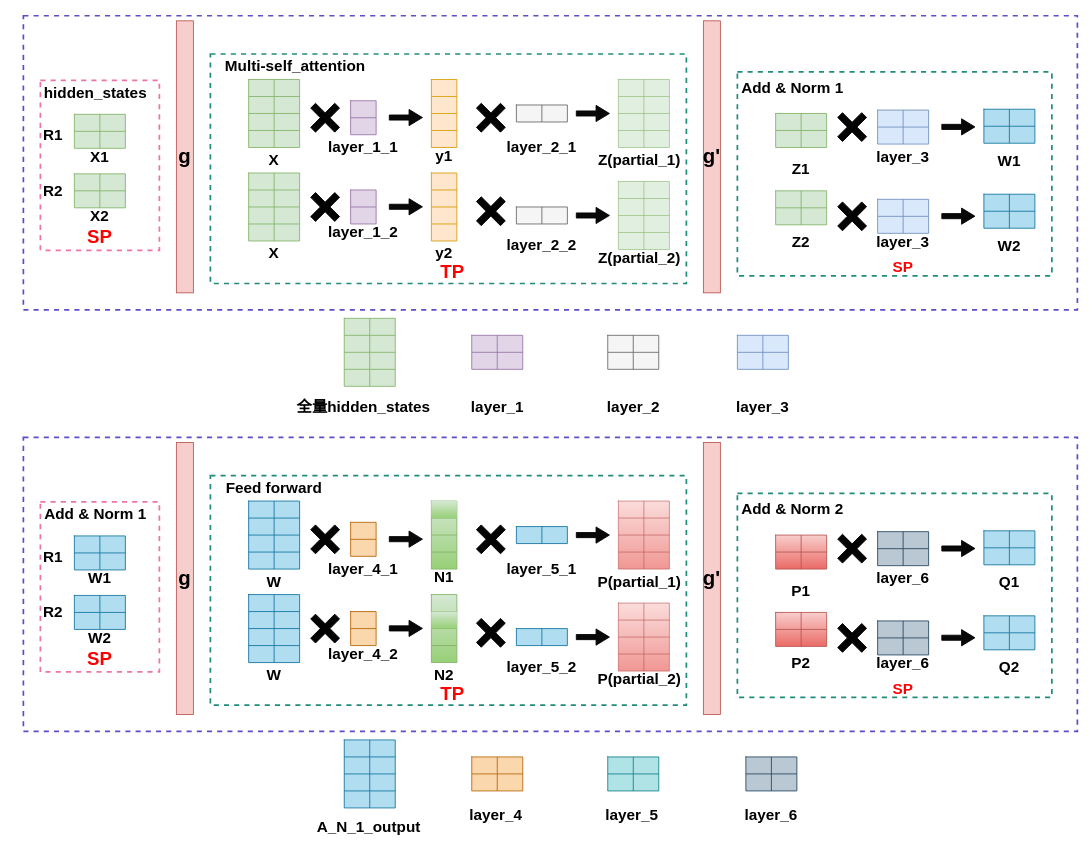
This is drawio_images/SP.drawio from zty-king/zty-king, a draw.io file, before an edit. Source tidied: cells renumbered, new cells numbered last; positions are measured from the earlier drawing's top-left corner, leaving out a move shared by most shapes. Both pictures are drawn from the tidied source at 85%, with x=0, y=0 at pixel (14, 15).
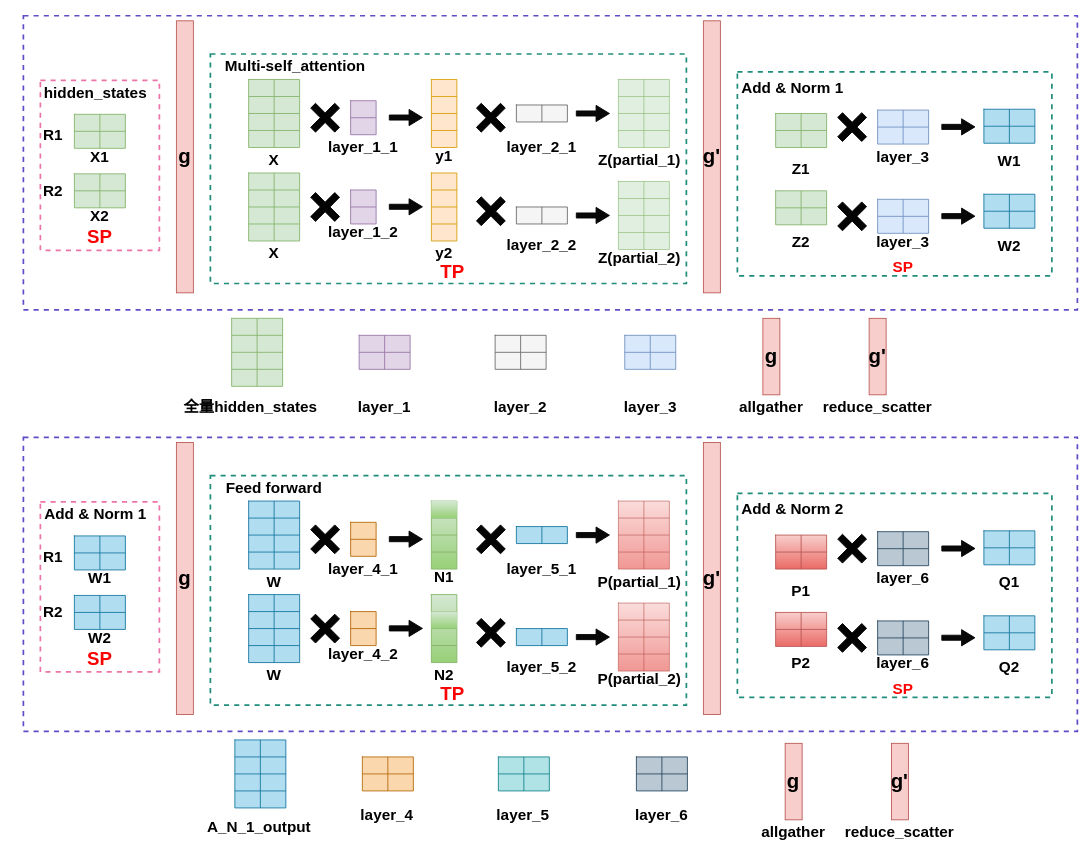
The same page after the edit.

What changed in the source:
```diff
@@
     <mxCell id="15" style="shape=table;startSize=0;childLayout=tableLayout;fontSize=16;fillColor=#d5e8d4;strokeColor=#82b366;" parent="1" vertex="1">
-      <mxGeometry x="387.5" y="356" width="60" height="80" as="geometry" />
+      <mxGeometry x="255" y="356" width="60" height="80" as="geometry" />
     </mxCell>
@@
     <mxCell id="28" value="&lt;span style=&quot;font-size: 18px;&quot;&gt;全量hidden_states&lt;/span&gt;" style="text;html=1;whiteSpace=wrap;strokeColor=none;fillColor=none;align=center;verticalAlign=middle;rounded=0;fontStyle=1;" parent="1" vertex="1">
-      <mxGeometry x="322.5" y="446" width="175" height="30" as="geometry" />
+      <mxGeometry x="190" y="446" width="175" height="30" as="geometry" />
     </mxCell>
@@
     <mxCell id="105" style="shape=table;startSize=0;childLayout=tableLayout;fontSize=16;fillColor=#e1d5e7;strokeColor=#9673a6;" parent="1" vertex="1">
-      <mxGeometry x="537.5" y="376" width="60" height="40" as="geometry" />
+      <mxGeometry x="405" y="376" width="60" height="40" as="geometry" />
     </mxCell>
@@
     <mxCell id="112" value="&lt;span style=&quot;font-size: 18px;&quot;&gt;layer_1&lt;/span&gt;" style="text;html=1;whiteSpace=wrap;strokeColor=none;fillColor=none;align=center;verticalAlign=middle;rounded=0;fontStyle=1;" parent="1" vertex="1">
-      <mxGeometry x="522.5" y="446" width="90" height="30" as="geometry" />
+      <mxGeometry x="390" y="446" width="90" height="30" as="geometry" />
     </mxCell>
@@
     <mxCell id="157" style="shape=table;startSize=0;childLayout=tableLayout;fontSize=16;fillColor=#f5f5f5;strokeColor=#666666;fontColor=#333333;" parent="1" vertex="1">
-      <mxGeometry x="697.5" y="376" width="60" height="40" as="geometry" />
+      <mxGeometry x="565" y="376" width="60" height="40" as="geometry" />
     </mxCell>
@@
     <mxCell id="164" value="&lt;span style=&quot;font-size: 18px;&quot;&gt;layer_2&lt;/span&gt;" style="text;html=1;whiteSpace=wrap;strokeColor=none;fillColor=none;align=center;verticalAlign=middle;rounded=0;fontStyle=1;" parent="1" vertex="1">
-      <mxGeometry x="682.5" y="446" width="90" height="30" as="geometry" />
+      <mxGeometry x="550" y="446" width="90" height="30" as="geometry" />
     </mxCell>
@@
     <mxCell id="212" style="shape=table;startSize=0;childLayout=tableLayout;fontSize=16;fillColor=#dae8fc;strokeColor=#6c8ebf;" parent="1" vertex="1">
-      <mxGeometry x="850" y="376" width="60" height="40" as="geometry" />
+      <mxGeometry x="717.5" y="376" width="60" height="40" as="geometry" />
     </mxCell>
@@
     <mxCell id="219" value="&lt;span style=&quot;font-size: 18px;&quot;&gt;layer_3&lt;/span&gt;" style="text;html=1;whiteSpace=wrap;strokeColor=none;fillColor=none;align=center;verticalAlign=middle;rounded=0;fontStyle=1;" parent="1" vertex="1">
-      <mxGeometry x="835" y="446" width="90" height="30" as="geometry" />
+      <mxGeometry x="702.5" y="446" width="90" height="30" as="geometry" />
     </mxCell>
@@
     <mxCell id="241" style="shape=table;startSize=0;childLayout=tableLayout;fontSize=16;fillColor=#b1ddf0;strokeColor=#10739e;" parent="1" vertex="1">
-      <mxGeometry x="387.5" y="852" width="60" height="80" as="geometry" />
+      <mxGeometry x="258.8" y="852" width="60" height="80" as="geometry" />
     </mxCell>
@@
     <mxCell id="254" value="&lt;span style=&quot;font-size: 18px;&quot;&gt;A_N_1_output&lt;/span&gt;" style="text;html=1;whiteSpace=wrap;strokeColor=none;fillColor=none;align=center;verticalAlign=middle;rounded=0;fontStyle=1;" parent="1" vertex="1">
-      <mxGeometry x="358.8" y="940" width="115" height="30" as="geometry" />
+      <mxGeometry x="230" y="940" width="115" height="30" as="geometry" />
     </mxCell>
@@
     <mxCell id="331" style="shape=table;startSize=0;childLayout=tableLayout;fontSize=16;fillColor=#fad7ac;strokeColor=#b46504;" parent="1" vertex="1">
-      <mxGeometry x="537.5" y="872" width="60" height="40" as="geometry" />
+      <mxGeometry x="408.8" y="872" width="60" height="40" as="geometry" />
     </mxCell>
@@
     <mxCell id="338" value="&lt;span style=&quot;font-size: 18px;&quot;&gt;layer_4&lt;/span&gt;" style="text;html=1;whiteSpace=wrap;strokeColor=none;fillColor=none;align=center;verticalAlign=middle;rounded=0;fontStyle=1;" parent="1" vertex="1">
-      <mxGeometry x="521.2" y="926" width="90" height="30" as="geometry" />
+      <mxGeometry x="392.5" y="926" width="90" height="30" as="geometry" />
     </mxCell>
@@
     <mxCell id="383" style="shape=table;startSize=0;childLayout=tableLayout;fontSize=16;fillColor=#b0e3e6;strokeColor=#0e8088;" parent="1" vertex="1">
-      <mxGeometry x="697.5" y="872" width="60" height="40" as="geometry" />
+      <mxGeometry x="568.8" y="872" width="60" height="40" as="geometry" />
     </mxCell>
@@
     <mxCell id="390" value="&lt;span style=&quot;font-size: 18px;&quot;&gt;layer_5&lt;/span&gt;" style="text;html=1;whiteSpace=wrap;strokeColor=none;fillColor=none;align=center;verticalAlign=middle;rounded=0;fontStyle=1;" parent="1" vertex="1">
-      <mxGeometry x="681.2" y="926" width="90" height="30" as="geometry" />
+      <mxGeometry x="552.5" y="926" width="90" height="30" as="geometry" />
     </mxCell>
@@
     <mxCell id="438" style="shape=table;startSize=0;childLayout=tableLayout;fontSize=16;fillColor=#bac8d3;strokeColor=#23445d;" parent="1" vertex="1">
-      <mxGeometry x="860" y="872" width="60" height="40" as="geometry" />
+      <mxGeometry x="731.2" y="872" width="60" height="40" as="geometry" />
     </mxCell>
@@
     <mxCell id="445" value="&lt;span style=&quot;font-size: 18px;&quot;&gt;layer_6&lt;/span&gt;" style="text;html=1;whiteSpace=wrap;strokeColor=none;fillColor=none;align=center;verticalAlign=middle;rounded=0;fontStyle=1;" parent="1" vertex="1">
-      <mxGeometry x="845" y="926" width="90" height="30" as="geometry" />
+      <mxGeometry x="716.2" y="926" width="90" height="30" as="geometry" />
     </mxCell>
@@
+    <mxCell id="454" value="&lt;font style=&quot;font-size: 24px;&quot;&gt;&lt;b&gt;g&lt;/b&gt;&lt;/font&gt;" style="rounded=0;whiteSpace=wrap;html=1;fillColor=#f8cecc;strokeColor=#b85450;" parent="1" vertex="1">
+      <mxGeometry x="880" y="356" width="20" height="90" as="geometry" />
+    </mxCell>
+    <mxCell id="455" value="&lt;font style=&quot;font-size: 24px;&quot;&gt;&lt;b&gt;g'&lt;/b&gt;&lt;/font&gt;" style="rounded=0;whiteSpace=wrap;html=1;fillColor=#f8cecc;strokeColor=#b85450;" parent="1" vertex="1">
+      <mxGeometry x="1005" y="356" width="20" height="90" as="geometry" />
+    </mxCell>
+    <mxCell id="456" value="&lt;span style=&quot;font-size: 18px;&quot;&gt;allgather&lt;/span&gt;" style="text;html=1;whiteSpace=wrap;strokeColor=none;fillColor=none;align=center;verticalAlign=middle;rounded=0;fontStyle=1;" parent="1" vertex="1">
+      <mxGeometry x="845" y="446" width="90" height="30" as="geometry" />
+    </mxCell>
+    <mxCell id="457" value="&lt;span style=&quot;font-size: 18px;&quot;&gt;reduce_scatter&lt;/span&gt;" style="text;html=1;whiteSpace=wrap;strokeColor=none;fillColor=none;align=center;verticalAlign=middle;rounded=0;fontStyle=1;" parent="1" vertex="1">
+      <mxGeometry x="970" y="446" width="90" height="30" as="geometry" />
+    </mxCell>
+    <mxCell id="458" value="&lt;font style=&quot;font-size: 24px;&quot;&gt;&lt;b&gt;g&lt;/b&gt;&lt;/font&gt;" style="rounded=0;whiteSpace=wrap;html=1;fillColor=#f8cecc;strokeColor=#b85450;" parent="1" vertex="1">
+      <mxGeometry x="906.2" y="856" width="20" height="90" as="geometry" />
+    </mxCell>
+    <mxCell id="459" value="&lt;font style=&quot;font-size: 24px;&quot;&gt;&lt;b&gt;g'&lt;/b&gt;&lt;/font&gt;" style="rounded=0;whiteSpace=wrap;html=1;fillColor=#f8cecc;strokeColor=#b85450;" parent="1" vertex="1">
+      <mxGeometry x="1031.2" y="856" width="20" height="90" as="geometry" />
+    </mxCell>
+    <mxCell id="460" value="&lt;span style=&quot;font-size: 18px;&quot;&gt;allgather&lt;/span&gt;" style="text;html=1;whiteSpace=wrap;strokeColor=none;fillColor=none;align=center;verticalAlign=middle;rounded=0;fontStyle=1;" parent="1" vertex="1">
+      <mxGeometry x="871.2" y="946" width="90" height="30" as="geometry" />
+    </mxCell>
+    <mxCell id="461" value="&lt;span style=&quot;font-size: 18px;&quot;&gt;reduce_scatter&lt;/span&gt;" style="text;html=1;whiteSpace=wrap;strokeColor=none;fillColor=none;align=center;verticalAlign=middle;rounded=0;fontStyle=1;" parent="1" vertex="1">
+      <mxGeometry x="996.2" y="946" width="90" height="30" as="geometry" />
+    </mxCell>
```
